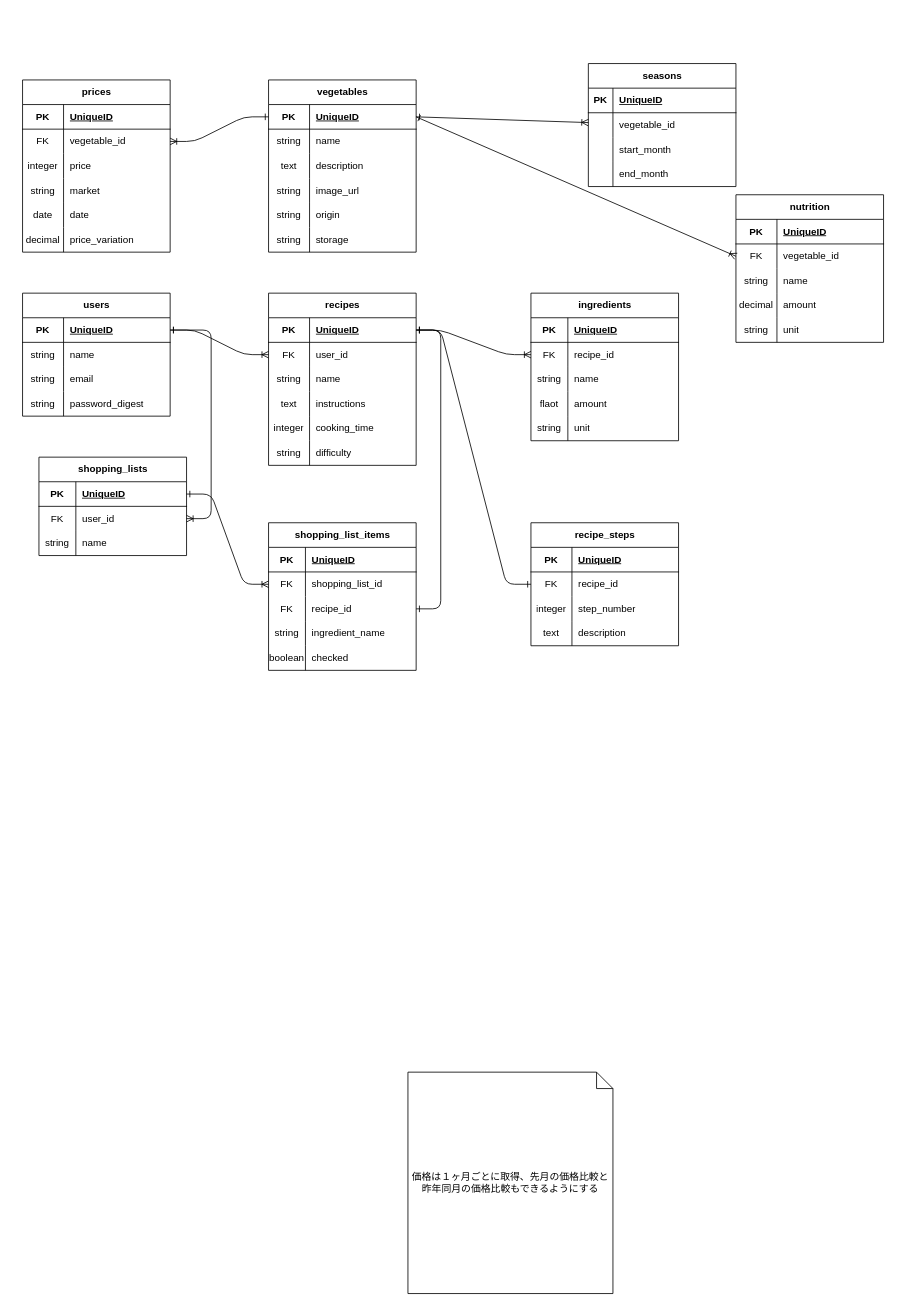
Above: vegeguide.dio in pekoemood/vegeguide-docs (draw.io), before the change. Source tidied: cells renumbered, new cells numbered last; positions are measured from the earlier drawing's top-left corner, leaving out a move shared by most shapes. Both pictures are drawn from the tidied source at 82%, with x=0, y=0 at pixel (14, 63).
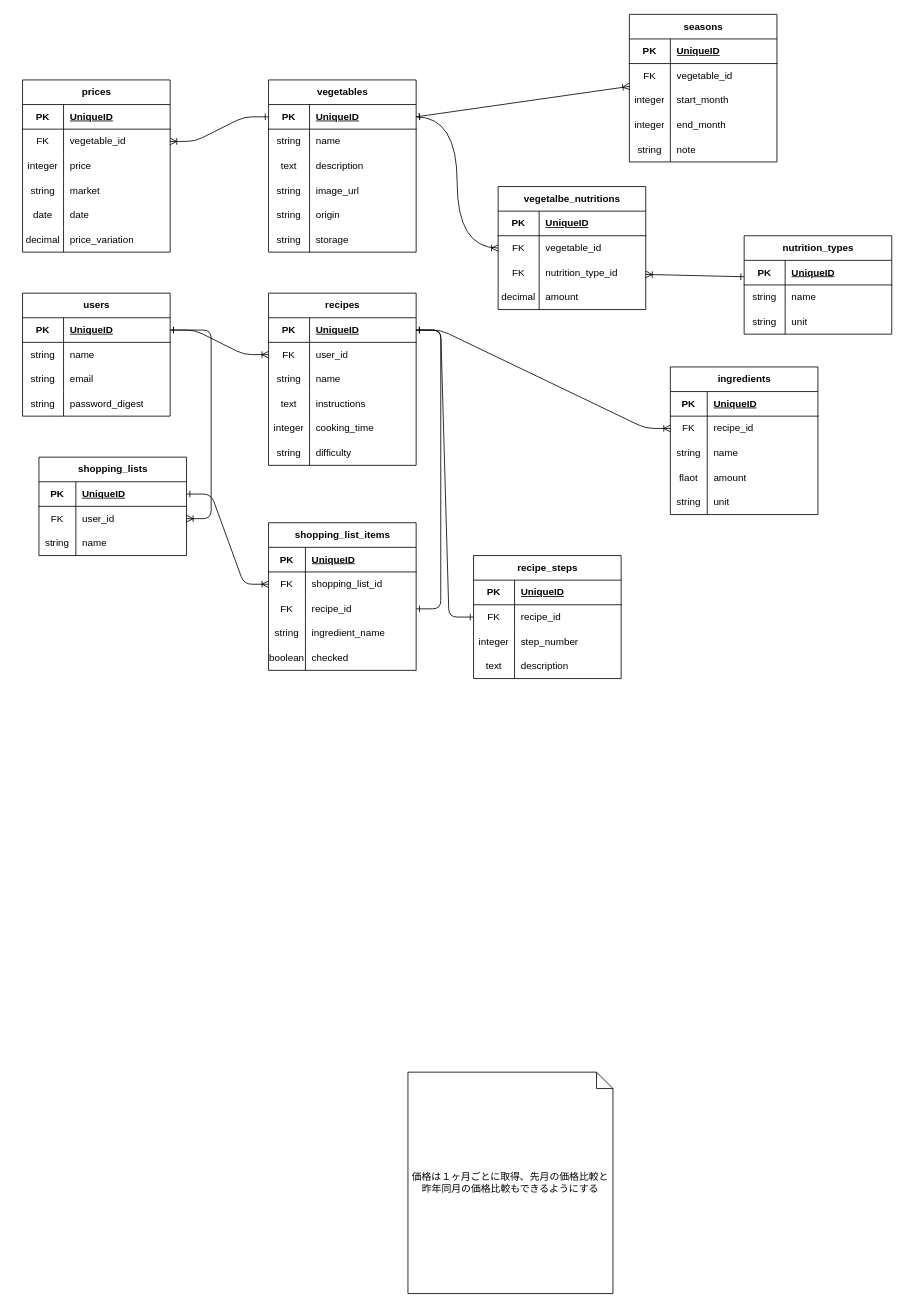
Above is the later version.

Commit message:
ER図の完成（修正版)

Unchanged cells that the change refers to:
```xml
<mxCell id="16" style="shape=tableRow;horizontal=0;startSize=0;swimlaneHead=0;swimlaneBody=0;fillColor=none;points=[[0,0.5],[1,0.5]];portConstraint=eastwest;top=0;left=0;right=0;bottom=1;" parent="15" vertex="1">
  <mxGeometry y="30" width="180" height="30" as="geometry" />
</mxCell>
<mxCell id="74" style="shape=tableRow;horizontal=0;startSize=0;swimlaneHead=0;swimlaneBody=0;fillColor=none;points=[[0,0.5],[1,0.5]];portConstraint=eastwest;top=0;left=0;right=0;bottom=1;" parent="73" vertex="1">
  <mxGeometry y="30" width="180" height="30" as="geometry" />
</mxCell>
<mxCell id="125" style="shape=tableRow;horizontal=0;startSize=0;swimlaneHead=0;swimlaneBody=0;fillColor=none;top=0;left=0;right=0;bottom=1;" parent="124" vertex="1">
  <mxGeometry y="30" width="180" height="30" as="geometry" />
</mxCell>
<mxCell id="128" style="shape=tableRow;horizontal=0;startSize=0;swimlaneHead=0;swimlaneBody=0;fillColor=none;points=[[0,0.5],[1,0.5]];portConstraint=eastwest;top=0;left=0;right=0;bottom=0;" parent="124" vertex="1">
  <mxGeometry y="60" width="180" height="30" as="geometry" />
</mxCell>
<mxCell id="131" style="shape=tableRow;horizontal=0;startSize=0;swimlaneHead=0;swimlaneBody=0;fillColor=none;top=0;left=0;right=0;bottom=0;" parent="124" vertex="1">
  <mxGeometry y="90" width="180" height="30" as="geometry" />
</mxCell>
<mxCell id="134" style="shape=tableRow;horizontal=0;startSize=0;swimlaneHead=0;swimlaneBody=0;fillColor=none;top=0;left=0;right=0;bottom=0;" parent="124" vertex="1">
  <mxGeometry y="120" width="180" height="30" as="geometry" />
</mxCell>
```

Change to the diagram source:
```diff
@@
-    <mxCell id="73" value="nutrition" style="shape=table;startSize=30;childLayout=tableLayout;rowLines=0;fontStyle=1;align=center;html=1;" parent="1" vertex="1">
-      <mxGeometry x="880" y="160" width="180" height="180" as="geometry" />
+    <mxCell id="73" value="nutrition_types" style="shape=table;startSize=30;childLayout=tableLayout;rowLines=0;fontStyle=1;align=center;html=1;" parent="1" vertex="1">
+      <mxGeometry x="890" y="210" width="180" height="120" as="geometry" />
     </mxCell>
@@
-    <mxCell id="77" style="shape=tableRow;horizontal=0;startSize=0;swimlaneHead=0;swimlaneBody=0;fillColor=none;points=[[0,0.5],[1,0.5]];portConstraint=eastwest;top=0;left=0;right=0;bottom=0;" parent="73" vertex="1">
-      <mxGeometry y="60" width="180" height="30" as="geometry" />
-    </mxCell>
-    <mxCell id="78" value="FK" style="shape=partialRectangle;fillColor=none;top=0;left=0;bottom=0;right=0;overflow=hidden;whiteSpace=wrap;html=1;" parent="77" vertex="1">
-      <mxGeometry width="50" height="30" as="geometry" />
-    </mxCell>
-    <mxCell id="79" value="vegetable_id" style="shape=partialRectangle;fillColor=none;top=0;left=0;bottom=0;right=0;align=left;spacingLeft=6;overflow=hidden;whiteSpace=wrap;html=1;" parent="77" vertex="1">
-      <mxGeometry x="50" width="130" height="30" as="geometry" />
-    </mxCell>
     <mxCell id="80" style="shape=tableRow;horizontal=0;startSize=0;swimlaneHead=0;swimlaneBody=0;fillColor=none;top=0;left=0;right=0;bottom=0;" parent="73" vertex="1">
-      <mxGeometry y="90" width="180" height="30" as="geometry" />
+      <mxGeometry y="60" width="180" height="30" as="geometry" />
     </mxCell>
@@
-    <mxCell id="83" style="shape=tableRow;horizontal=0;startSize=0;swimlaneHead=0;swimlaneBody=0;fillColor=none;top=0;left=0;right=0;bottom=0;" parent="73" vertex="1">
-      <mxGeometry y="120" width="180" height="30" as="geometry" />
-    </mxCell>
-    <mxCell id="84" value="decimal" style="shape=partialRectangle;fillColor=none;top=0;left=0;bottom=0;right=0;overflow=hidden;whiteSpace=wrap;html=1;" parent="83" vertex="1">
-      <mxGeometry width="50" height="30" as="geometry" />
-    </mxCell>
-    <mxCell id="85" value="amount" style="shape=partialRectangle;fillColor=none;top=0;left=0;bottom=0;right=0;align=left;spacingLeft=6;overflow=hidden;whiteSpace=wrap;html=1;" parent="83" vertex="1">
-      <mxGeometry x="50" width="130" height="30" as="geometry" />
-    </mxCell>
     <mxCell id="86" style="shape=tableRow;horizontal=0;startSize=0;swimlaneHead=0;swimlaneBody=0;fillColor=none;top=0;left=0;right=0;bottom=0;" parent="73" vertex="1">
-      <mxGeometry y="150" width="180" height="30" as="geometry" />
+      <mxGeometry y="90" width="180" height="30" as="geometry" />
     </mxCell>
@@
-    <mxCell id="90" style="edgeStyle=none;html=1;entryX=0;entryY=0.5;entryDx=0;entryDy=0;startArrow=ERone;startFill=0;endArrow=ERoneToMany;endFill=0;exitX=1;exitY=0.5;exitDx=0;exitDy=0;" parent="1" edge="1" source="16" target="77">
-      <mxGeometry relative="1" as="geometry" />
-    </mxCell>
     <mxCell id="91" value="ingredients" style="shape=table;startSize=30;childLayout=tableLayout;rowLines=0;fontStyle=1;align=center;html=1;" parent="1" vertex="1">
-      <mxGeometry x="630" y="280" width="180" height="180" as="geometry" />
+      <mxGeometry x="800" y="370" width="180" height="180" as="geometry" />
     </mxCell>
@@
     <mxCell id="108" value="recipe_steps" style="shape=table;startSize=30;childLayout=tableLayout;rowLines=0;fontStyle=1;align=center;html=1;" parent="1" vertex="1">
-      <mxGeometry x="630" y="560" width="180" height="150" as="geometry" />
+      <mxGeometry x="560" y="600" width="180" height="150" as="geometry" />
     </mxCell>
@@
     <mxCell id="124" value="seasons" style="shape=table;startSize=30;childLayout=tableLayout;rowLines=0;fontStyle=1;align=center;html=1;" parent="1" vertex="1">
-      <mxGeometry x="700" width="180" height="150" as="geometry" />
+      <mxGeometry x="750" y="-60" width="180" height="180" as="geometry" />
     </mxCell>
@@
     <mxCell id="126" value="PK" style="shape=partialRectangle;fillColor=none;top=0;left=0;bottom=0;right=0;fontStyle=1;overflow=hidden;whiteSpace=wrap;html=1;" parent="125" vertex="1">
-      <mxGeometry width="30" height="30" as="geometry" />
+      <mxGeometry width="50" height="30" as="geometry" />
     </mxCell>
     <mxCell id="127" value="UniqueID" style="shape=partialRectangle;fillColor=none;top=0;left=0;bottom=0;right=0;align=left;spacingLeft=6;fontStyle=5;overflow=hidden;whiteSpace=wrap;html=1;" parent="125" vertex="1">
-      <mxGeometry x="30" width="150" height="30" as="geometry" />
+      <mxGeometry x="50" width="130" height="30" as="geometry" />
     </mxCell>
@@
-    <mxCell id="129" style="shape=partialRectangle;fillColor=none;top=0;left=0;bottom=0;right=0;overflow=hidden;whiteSpace=wrap;html=1;" parent="128" vertex="1">
-      <mxGeometry width="30" height="30" as="geometry" />
+    <mxCell id="129" value="FK" style="shape=partialRectangle;fillColor=none;top=0;left=0;bottom=0;right=0;overflow=hidden;whiteSpace=wrap;html=1;" parent="128" vertex="1">
+      <mxGeometry width="50" height="30" as="geometry" />
     </mxCell>
     <mxCell id="130" value="vegetable_id" style="shape=partialRectangle;fillColor=none;top=0;left=0;bottom=0;right=0;align=left;spacingLeft=6;overflow=hidden;whiteSpace=wrap;html=1;" parent="128" vertex="1">
-      <mxGeometry x="30" width="150" height="30" as="geometry" />
+      <mxGeometry x="50" width="130" height="30" as="geometry" />
     </mxCell>
@@
-    <mxCell id="132" style="shape=partialRectangle;fillColor=none;top=0;left=0;bottom=0;right=0;overflow=hidden;whiteSpace=wrap;html=1;" parent="131" vertex="1">
-      <mxGeometry width="30" height="30" as="geometry" />
+    <mxCell id="132" value="integer" style="shape=partialRectangle;fillColor=none;top=0;left=0;bottom=0;right=0;overflow=hidden;whiteSpace=wrap;html=1;" parent="131" vertex="1">
+      <mxGeometry width="50" height="30" as="geometry" />
     </mxCell>
     <mxCell id="133" value="start_month" style="shape=partialRectangle;fillColor=none;top=0;left=0;bottom=0;right=0;align=left;spacingLeft=6;overflow=hidden;whiteSpace=wrap;html=1;" parent="131" vertex="1">
-      <mxGeometry x="30" width="150" height="30" as="geometry" />
+      <mxGeometry x="50" width="130" height="30" as="geometry" />
     </mxCell>
@@
-    <mxCell id="135" style="shape=partialRectangle;fillColor=none;top=0;left=0;bottom=0;right=0;overflow=hidden;whiteSpace=wrap;html=1;" parent="134" vertex="1">
-      <mxGeometry width="30" height="30" as="geometry" />
+    <mxCell id="135" value="integer" style="shape=partialRectangle;fillColor=none;top=0;left=0;bottom=0;right=0;overflow=hidden;whiteSpace=wrap;html=1;" parent="134" vertex="1">
+      <mxGeometry width="50" height="30" as="geometry" />
     </mxCell>
     <mxCell id="136" value="end_month" style="shape=partialRectangle;fillColor=none;top=0;left=0;bottom=0;right=0;align=left;spacingLeft=6;overflow=hidden;whiteSpace=wrap;html=1;" parent="134" vertex="1">
-      <mxGeometry x="30" width="150" height="30" as="geometry" />
+      <mxGeometry x="50" width="130" height="30" as="geometry" />
     </mxCell>
+    <mxCell id="167" style="shape=tableRow;horizontal=0;startSize=0;swimlaneHead=0;swimlaneBody=0;fillColor=none;top=0;left=0;right=0;bottom=0;" parent="124" vertex="1">
+      <mxGeometry y="150" width="180" height="30" as="geometry" />
+    </mxCell>
+    <mxCell id="168" value="string" style="shape=partialRectangle;fillColor=none;top=0;left=0;bottom=0;right=0;overflow=hidden;whiteSpace=wrap;html=1;" parent="167" vertex="1">
+      <mxGeometry width="50" height="30" as="geometry" />
+    </mxCell>
+    <mxCell id="169" value="note" style="shape=partialRectangle;fillColor=none;top=0;left=0;bottom=0;right=0;align=left;spacingLeft=6;overflow=hidden;whiteSpace=wrap;html=1;" parent="167" vertex="1">
+      <mxGeometry x="50" width="130" height="30" as="geometry" />
+    </mxCell>
@@
+    <mxCell id="170" value="vegetalbe_nutritions" style="shape=table;startSize=30;childLayout=tableLayout;rowLines=0;fontStyle=1;align=center;html=1;" parent="1" vertex="1">
+      <mxGeometry x="590" y="150" width="180" height="150" as="geometry" />
+    </mxCell>
+    <mxCell id="171" style="shape=tableRow;horizontal=0;startSize=0;swimlaneHead=0;swimlaneBody=0;fillColor=none;top=0;left=0;right=0;bottom=1;" parent="170" vertex="1">
+      <mxGeometry y="30" width="180" height="30" as="geometry" />
+    </mxCell>
+    <mxCell id="172" value="PK" style="shape=partialRectangle;fillColor=none;top=0;left=0;bottom=0;right=0;fontStyle=1;overflow=hidden;whiteSpace=wrap;html=1;" parent="171" vertex="1">
+      <mxGeometry width="50" height="30" as="geometry" />
+    </mxCell>
+    <mxCell id="173" value="UniqueID" style="shape=partialRectangle;fillColor=none;top=0;left=0;bottom=0;right=0;align=left;spacingLeft=6;fontStyle=5;overflow=hidden;whiteSpace=wrap;html=1;" parent="171" vertex="1">
+      <mxGeometry x="50" width="130" height="30" as="geometry" />
+    </mxCell>
+    <mxCell id="77" style="shape=tableRow;horizontal=0;startSize=0;swimlaneHead=0;swimlaneBody=0;fillColor=none;points=[[0,0.5],[1,0.5]];portConstraint=eastwest;top=0;left=0;right=0;bottom=0;" parent="170" vertex="1">
+      <mxGeometry y="60" width="180" height="30" as="geometry" />
+    </mxCell>
+    <mxCell id="174" value="FK" style="shape=partialRectangle;fillColor=none;top=0;left=0;bottom=0;right=0;overflow=hidden;whiteSpace=wrap;html=1;" parent="77" vertex="1">
+      <mxGeometry width="50" height="30" as="geometry" />
+    </mxCell>
+    <mxCell id="79" value="vegetable_id" style="shape=partialRectangle;fillColor=none;top=0;left=0;bottom=0;right=0;align=left;spacingLeft=6;overflow=hidden;whiteSpace=wrap;html=1;" parent="77" vertex="1">
+      <mxGeometry x="50" width="130" height="30" as="geometry" />
+    </mxCell>
+    <mxCell id="175" style="shape=tableRow;horizontal=0;startSize=0;swimlaneHead=0;swimlaneBody=0;fillColor=none;points=[[0,0.5],[1,0.5]];portConstraint=eastwest;top=0;left=0;right=0;bottom=0;" parent="170" vertex="1">
+      <mxGeometry y="90" width="180" height="30" as="geometry" />
+    </mxCell>
+    <mxCell id="176" value="FK" style="shape=partialRectangle;fillColor=none;top=0;left=0;bottom=0;right=0;overflow=hidden;whiteSpace=wrap;html=1;" parent="175" vertex="1">
+      <mxGeometry width="50" height="30" as="geometry" />
+    </mxCell>
+    <mxCell id="177" value="nutrition_type_id" style="shape=partialRectangle;fillColor=none;top=0;left=0;bottom=0;right=0;align=left;spacingLeft=6;overflow=hidden;whiteSpace=wrap;html=1;" parent="175" vertex="1">
+      <mxGeometry x="50" width="130" height="30" as="geometry" />
+    </mxCell>
+    <mxCell id="83" style="shape=tableRow;horizontal=0;startSize=0;swimlaneHead=0;swimlaneBody=0;fillColor=none;top=0;left=0;right=0;bottom=0;" parent="170" vertex="1">
+      <mxGeometry y="120" width="180" height="30" as="geometry" />
+    </mxCell>
+    <mxCell id="84" value="decimal" style="shape=partialRectangle;fillColor=none;top=0;left=0;bottom=0;right=0;overflow=hidden;whiteSpace=wrap;html=1;" parent="83" vertex="1">
+      <mxGeometry width="50" height="30" as="geometry" />
+    </mxCell>
+    <mxCell id="85" value="amount" style="shape=partialRectangle;fillColor=none;top=0;left=0;bottom=0;right=0;align=left;spacingLeft=6;overflow=hidden;whiteSpace=wrap;html=1;" parent="83" vertex="1">
+      <mxGeometry x="50" width="130" height="30" as="geometry" />
+    </mxCell>
+    <mxCell id="90" style="edgeStyle=orthogonalEdgeStyle;html=1;startArrow=ERone;startFill=0;endArrow=ERoneToMany;endFill=0;entryX=0;entryY=0.5;entryDx=0;entryDy=0;exitX=1;exitY=0.5;exitDx=0;exitDy=0;curved=1;" parent="1" edge="1" source="16" target="77">
+      <mxGeometry relative="1" as="geometry" />
+    </mxCell>
+    <mxCell id="178" style="html=1;startArrow=ERone;startFill=0;endArrow=ERoneToMany;endFill=0;exitX=0;exitY=0.667;exitDx=0;exitDy=0;exitPerimeter=0;" parent="1" edge="1" source="74" target="175">
+      <mxGeometry relative="1" as="geometry" />
+    </mxCell>
```
